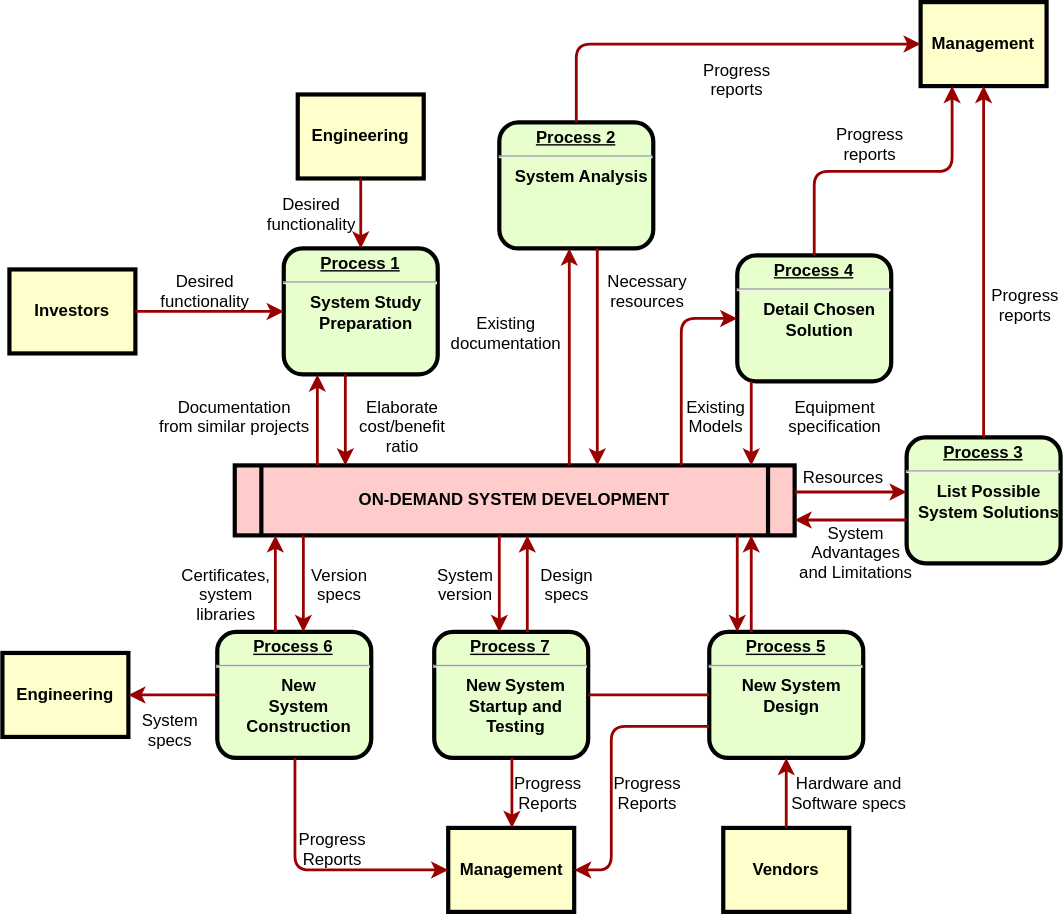
kiekie/BigData_Project keeps this draw.io diagram as Untitled Diagram.drawio.svg. Above is the earlier version. Source tidied: cells renumbered, new cells last; positions are measured from the earlier drawing's top-left corner, leaving out a move shared by most shapes.
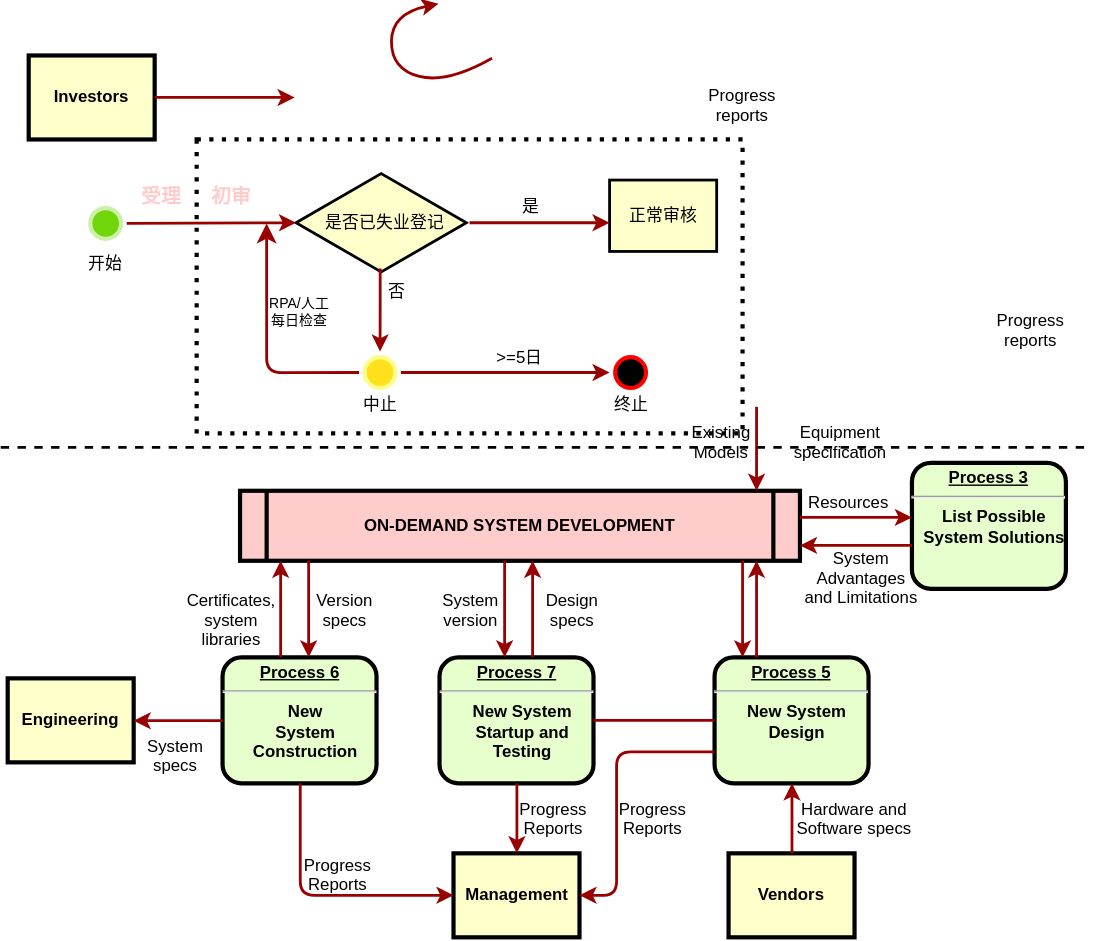
Later version of the same file.

The edit, as a diff of the source:
```diff
@@ -2,35 +2,29 @@
   <root>
     <mxCell id="0" />
     <mxCell id="1" parent="0" />
-    <mxCell id="2" value="&lt;p style=&quot;margin: 0px; margin-top: 4px; text-align: center; text-decoration: underline;&quot;&gt;&lt;strong&gt;Process 1&lt;br /&gt;&lt;/strong&gt;&lt;/p&gt;&lt;hr /&gt;&lt;p style=&quot;margin: 0px; margin-left: 8px;&quot;&gt;System Study&lt;/p&gt;&lt;p style=&quot;margin: 0px; margin-left: 8px;&quot;&gt;Preparation&lt;/p&gt;" style="verticalAlign=middle;align=center;overflow=fill;fontSize=12;fontFamily=Helvetica;html=1;rounded=1;fontStyle=1;strokeWidth=3;fillColor=#E6FFCC;" parent="1" vertex="1">
-      <mxGeometry x="201" y="176" width="110" height="90" as="geometry" />
-    </mxCell>
+    <mxCell id="63" style="html=1;whiteSpace=wrap;shape=isoRectangle;strokeColor=default;strokeWidth=2;align=center;verticalAlign=middle;fontFamily=Helvetica;fontSize=12;fontColor=default;fontStyle=1;fillColor=#FFFFCC;" parent="1" vertex="1">
+      <mxGeometry x="206" y="103" width="121.7" height="73" as="geometry" />
+    </mxCell>
-    <mxCell id="3" value="Engineering" style="whiteSpace=wrap;align=center;verticalAlign=middle;fontStyle=1;strokeWidth=3;fillColor=#FFFFCC;" parent="1" vertex="1">
-      <mxGeometry x="211" y="66" width="90" height="60" as="geometry" />
+    <mxCell id="3" style="whiteSpace=wrap;align=center;verticalAlign=middle;fontStyle=1;strokeWidth=3;fillColor=none;dashed=1;dashPattern=1 2;" parent="1" vertex="1">
+      <mxGeometry x="135" y="80" width="390" height="210" as="geometry" />
     </mxCell>
     <mxCell id="4" value="Investors" style="whiteSpace=wrap;align=center;verticalAlign=middle;fontStyle=1;strokeWidth=3;fillColor=#FFFFCC;" parent="1" vertex="1">
-      <mxGeometry x="5" y="191" width="90" height="60" as="geometry" />
+      <mxGeometry x="15" y="20" width="90" height="60" as="geometry" />
     </mxCell>
     <mxCell id="5" value="ON-DEMAND SYSTEM DEVELOPMENT" style="shape=process;whiteSpace=wrap;align=center;verticalAlign=middle;size=0.0475;fontStyle=1;strokeWidth=3;fillColor=#FFCCCC;" parent="1" vertex="1">
       <mxGeometry x="166" y="331" width="400" height="50" as="geometry" />
     </mxCell>
-    <mxCell id="6" value="&lt;p style=&quot;margin: 0px; margin-top: 4px; text-align: center; text-decoration: underline;&quot;&gt;&lt;strong&gt;Process 2&lt;br /&gt;&lt;/strong&gt;&lt;/p&gt;&lt;hr /&gt;&lt;p style=&quot;margin: 0px; margin-left: 8px;&quot;&gt;System Analysis&lt;/p&gt;" style="verticalAlign=middle;align=center;overflow=fill;fontSize=12;fontFamily=Helvetica;html=1;rounded=1;fontStyle=1;strokeWidth=3;fillColor=#E6FFCC;" parent="1" vertex="1">
-      <mxGeometry x="355" y="86" width="110" height="90" as="geometry" />
-    </mxCell>
     <mxCell id="7" value="&lt;p style=&quot;margin: 0px; margin-top: 4px; text-align: center; text-decoration: underline;&quot;&gt;&lt;strong&gt;&lt;strong&gt;Process&lt;/strong&gt; 3&lt;br /&gt;&lt;/strong&gt;&lt;/p&gt;&lt;hr /&gt;&lt;p style=&quot;margin: 0px; margin-left: 8px;&quot;&gt;List Possible&lt;/p&gt;&lt;p style=&quot;margin: 0px; margin-left: 8px;&quot;&gt;System Solutions&lt;/p&gt;" style="verticalAlign=middle;align=center;overflow=fill;fontSize=12;fontFamily=Helvetica;html=1;rounded=1;fontStyle=1;strokeWidth=3;fillColor=#E6FFCC;" parent="1" vertex="1">
       <mxGeometry x="646" y="311" width="110" height="90" as="geometry" />
     </mxCell>
-    <mxCell id="8" value="&lt;p style=&quot;margin: 0px; margin-top: 4px; text-align: center; text-decoration: underline;&quot;&gt;&lt;strong&gt;&lt;strong&gt;Process&lt;/strong&gt; 4&lt;br /&gt;&lt;/strong&gt;&lt;/p&gt;&lt;hr /&gt;&lt;p style=&quot;margin: 0px; margin-left: 8px;&quot;&gt;Detail Chosen&lt;/p&gt;&lt;p style=&quot;margin: 0px; margin-left: 8px;&quot;&gt;Solution&lt;/p&gt;" style="verticalAlign=middle;align=center;overflow=fill;fontSize=12;fontFamily=Helvetica;html=1;rounded=1;fontStyle=1;strokeWidth=3;fillColor=#E6FFCC;" parent="1" vertex="1">
-      <mxGeometry x="525" y="181" width="110" height="90" as="geometry" />
-    </mxCell>
     <mxCell id="9" value="&lt;p style=&quot;margin: 0px; margin-top: 4px; text-align: center; text-decoration: underline;&quot;&gt;&lt;strong&gt;&lt;strong&gt;Process&lt;/strong&gt; 5&lt;br /&gt;&lt;/strong&gt;&lt;/p&gt;&lt;hr /&gt;&lt;p style=&quot;margin: 0px; margin-left: 8px;&quot;&gt;New System&lt;/p&gt;&lt;p style=&quot;margin: 0px; margin-left: 8px;&quot;&gt;Design&lt;/p&gt;" style="verticalAlign=middle;align=center;overflow=fill;fontSize=12;fontFamily=Helvetica;html=1;rounded=1;fontStyle=1;strokeWidth=3;fillColor=#E6FFCC;" parent="1" vertex="1">
       <mxGeometry x="505" y="450" width="110" height="90" as="geometry" />
     </mxCell>
     <mxCell id="10" value="&lt;p style=&quot;margin: 0px; margin-top: 4px; text-align: center; text-decoration: underline;&quot;&gt;&lt;strong&gt;&lt;strong&gt;Process&lt;/strong&gt; 6&lt;br /&gt;&lt;/strong&gt;&lt;/p&gt;&lt;hr /&gt;&lt;p style=&quot;margin: 0px; margin-left: 8px;&quot;&gt;New&lt;/p&gt;&lt;p style=&quot;margin: 0px; margin-left: 8px;&quot;&gt;System&lt;/p&gt;&lt;p style=&quot;margin: 0px; margin-left: 8px;&quot;&gt;Construction&lt;/p&gt;" style="verticalAlign=middle;align=center;overflow=fill;fontSize=12;fontFamily=Helvetica;html=1;rounded=1;fontStyle=1;strokeWidth=3;fillColor=#E6FFCC;" parent="1" vertex="1">
       <mxGeometry x="153.5" y="450" width="110" height="90" as="geometry" />
     </mxCell>
-    <mxCell id="11" value="Management" style="whiteSpace=wrap;align=center;verticalAlign=middle;fontStyle=1;strokeWidth=3;fillColor=#FFFFCC;" parent="1" vertex="1">
-      <mxGeometry x="656" width="90" height="60" as="geometry" />
+    <mxCell id="11" value="正常审核" style="whiteSpace=wrap;align=center;verticalAlign=middle;fontStyle=0;strokeWidth=2;fillColor=#FFFFCC;" parent="1" vertex="1">
+      <mxGeometry x="430" y="109" width="76.5" height="51" as="geometry" />
     </mxCell>
     <mxCell id="12" value="Management" style="whiteSpace=wrap;align=center;verticalAlign=middle;fontStyle=1;strokeWidth=3;fillColor=#FFFFCC;" parent="1" vertex="1">
       <mxGeometry x="318.5" y="590" width="90" height="60" as="geometry" />
@@ -41,11 +35,10 @@
     <mxCell id="14" value="Vendors" style="whiteSpace=wrap;align=center;verticalAlign=middle;fontStyle=1;strokeWidth=3;fillColor=#FFFFCC;" parent="1" vertex="1">
       <mxGeometry x="515" y="590" width="90" height="60" as="geometry" />
     </mxCell>
-    <mxCell id="15" style="edgeStyle=none;noEdgeStyle=1;strokeColor=#990000;strokeWidth=2;" parent="1" edge="1" source="3" target="2">
-      <mxGeometry relative="1" as="geometry" />
-    </mxCell>
-    <mxCell id="16" style="edgeStyle=none;noEdgeStyle=1;strokeColor=#990000;strokeWidth=2;" parent="1" edge="1" source="4" target="2">
-      <mxGeometry relative="1" as="geometry" />
+    <mxCell id="16" style="edgeStyle=none;noEdgeStyle=1;strokeColor=#990000;strokeWidth=2;" parent="1" edge="1" source="4">
+      <mxGeometry relative="1" as="geometry">
+        <mxPoint x="205" y="50" as="targetPoint" />
+      </mxGeometry>
     </mxCell>
     <mxCell id="17" value="&lt;p style=&quot;margin: 0px; margin-top: 4px; text-align: center; text-decoration: underline;&quot;&gt;&lt;strong&gt;&lt;strong&gt;Process&lt;/strong&gt; 7&lt;br /&gt;&lt;/strong&gt;&lt;/p&gt;&lt;hr /&gt;&lt;p style=&quot;margin: 0px; margin-left: 8px;&quot;&gt;New System&lt;/p&gt;&lt;p style=&quot;margin: 0px; margin-left: 8px;&quot;&gt;Startup and&lt;/p&gt;&lt;p style=&quot;margin: 0px; margin-left: 8px;&quot;&gt;Testing&lt;/p&gt;" style="verticalAlign=middle;align=center;overflow=fill;fontSize=12;fontFamily=Helvetica;html=1;rounded=1;fontStyle=1;strokeWidth=3;fillColor=#E6FFCC;" parent="1" vertex="1">
       <mxGeometry x="308.5" y="450" width="110" height="90" as="geometry" />
@@ -53,88 +46,35 @@
     <mxCell id="18" style="endArrow=none;noEdgeStyle=1;strokeColor=#990000;strokeWidth=2;" parent="1" edge="1" source="9" target="17">
       <mxGeometry relative="1" as="geometry" />
     </mxCell>
-    <mxCell id="19" value="Desired &#10;functionality" style="text;spacingTop=-5;align=center;" parent="1" vertex="1">
-      <mxGeometry x="130" y="191" width="30" height="20" as="geometry" />
-    </mxCell>
-    <mxCell id="20" value="Desired &#10;functionality" style="text;spacingTop=-5;align=center;" parent="1" vertex="1">
-      <mxGeometry x="206" y="136" width="30" height="20" as="geometry" />
+    <mxCell id="20" value="是否已失业登记" style="text;spacingTop=-5;align=center;" parent="1" vertex="1">
+      <mxGeometry x="255" y="131" width="30" height="20" as="geometry" />
     </mxCell>
-    <mxCell id="21" value="Documentation&#10;from similar projects" style="text;spacingTop=-5;align=center;" parent="1" vertex="1">
-      <mxGeometry x="151" y="281" width="30" height="20" as="geometry" />
-    </mxCell>
-    <mxCell id="22" style="edgeStyle=elbowEdgeStyle;elbow=horizontal;strokeColor=#990000;strokeWidth=2;" parent="1" edge="1" source="5" target="2">
-      <mxGeometry relative="1" as="geometry">
-        <Array as="points">
-          <mxPoint x="225" y="310" />
-        </Array>
-      </mxGeometry>
-    </mxCell>
-    <mxCell id="23" style="edgeStyle=elbowEdgeStyle;elbow=horizontal;strokeColor=#990000;strokeWidth=2;" parent="1" edge="1" source="2" target="5">
-      <mxGeometry relative="1" as="geometry">
-        <Array as="points">
-          <mxPoint x="245" y="300" />
-        </Array>
-      </mxGeometry>
-    </mxCell>
-    <mxCell id="24" value="Elaborate&#10;cost/benefit&#10;ratio" style="text;spacingTop=-5;align=center;" parent="1" vertex="1">
-      <mxGeometry x="271" y="281" width="30" height="20" as="geometry" />
-    </mxCell>
-    <mxCell id="25" style="edgeStyle=elbowEdgeStyle;elbow=horizontal;strokeColor=#990000;strokeWidth=2;" parent="1" edge="1" source="5" target="6">
-      <mxGeometry relative="1" as="geometry">
-        <Array as="points">
-          <mxPoint x="405" y="250" />
-        </Array>
-      </mxGeometry>
-    </mxCell>
-    <mxCell id="26" style="edgeStyle=elbowEdgeStyle;elbow=horizontal;strokeColor=#990000;strokeWidth=2;" parent="1" edge="1" source="6" target="5">
-      <mxGeometry relative="1" as="geometry">
-        <Array as="points">
-          <mxPoint x="425" y="260" />
-        </Array>
-      </mxGeometry>
-    </mxCell>
-    <mxCell id="27" value="Existing&#10;documentation" style="text;spacingTop=-5;align=center;" parent="1" vertex="1">
-      <mxGeometry x="345" y="221" width="30" height="20" as="geometry" />
+    <mxCell id="27" value="是" style="text;spacingTop=-5;align=center;" parent="1" vertex="1">
+      <mxGeometry x="359" y="119" width="30" height="20" as="geometry" />
     </mxCell>
-    <mxCell id="28" value="Necessary&#10;resources" style="text;spacingTop=-5;align=center;" parent="1" vertex="1">
-      <mxGeometry x="446" y="191" width="30" height="20" as="geometry" />
+    <mxCell id="28" value="RPA/人工&#10;每日检查" style="text;spacingTop=-5;align=center;fontSize=10;" parent="1" vertex="1">
+      <mxGeometry x="193.5" y="190" width="30" height="20" as="geometry" />
     </mxCell>
     <mxCell id="29" value="Progress&#10;reports" style="text;spacingTop=-5;align=center;" parent="1" vertex="1">
       <mxGeometry x="510" y="40" width="30" height="20" as="geometry" />
     </mxCell>
-    <mxCell id="30" value="Progress&#10;reports" style="text;spacingTop=-5;align=center;" parent="1" vertex="1">
-      <mxGeometry x="605" y="86" width="30" height="20" as="geometry" />
+    <mxCell id="30" value="初审" style="text;spacingTop=-5;align=center;fontColor=light-dark(#ffcccc, #d0635f);fontStyle=1;fontSize=14;" parent="1" vertex="1">
+      <mxGeometry x="145" y="111" width="30" height="20" as="geometry" />
     </mxCell>
     <mxCell id="31" value="Progress&#10;reports" style="text;spacingTop=-5;align=center;" parent="1" vertex="1">
       <mxGeometry x="716" y="201" width="30" height="20" as="geometry" />
     </mxCell>
-    <mxCell id="32" style="edgeStyle=elbowEdgeStyle;elbow=horizontal;strokeColor=#990000;strokeWidth=2;" parent="1" edge="1" source="6" target="11">
-      <mxGeometry relative="1" as="geometry">
-        <Array as="points">
-          <mxPoint x="410" y="80" />
-        </Array>
-      </mxGeometry>
-    </mxCell>
-    <mxCell id="33" style="edgeStyle=elbowEdgeStyle;elbow=vertical;entryX=0.25;entryY=1;strokeColor=#990000;strokeWidth=2;" parent="1" edge="1" source="8" target="11">
+    <mxCell id="33" style="edgeStyle=elbowEdgeStyle;elbow=vertical;entryX=0.5;entryY=0;strokeColor=#990000;strokeWidth=2;exitX=0.494;exitY=0.948;exitDx=0;exitDy=0;exitPerimeter=0;entryDx=0;entryDy=0;" parent="1" edge="1" source="63" target="77">
       <mxGeometry relative="1" as="geometry" />
     </mxCell>
-    <mxCell id="34" style="edgeStyle=elbowEdgeStyle;elbow=horizontal;strokeColor=#990000;strokeWidth=2;" parent="1" edge="1" source="7" target="11">
-      <mxGeometry relative="1" as="geometry" />
-    </mxCell>
-    <mxCell id="35" style="edgeStyle=elbowEdgeStyle;elbow=horizontal;strokeColor=#990000;strokeWidth=2;" parent="1" edge="1" source="8" target="5">
+    <mxCell id="35" style="edgeStyle=elbowEdgeStyle;elbow=horizontal;strokeColor=#990000;strokeWidth=2;" parent="1" edge="1" target="5">
       <mxGeometry relative="1" as="geometry">
+        <mxPoint x="535" y="271" as="sourcePoint" />
         <Array as="points">
           <mxPoint x="535" y="300" />
         </Array>
       </mxGeometry>
     </mxCell>
-    <mxCell id="36" style="edgeStyle=segmentEdgeStyle;strokeColor=#990000;strokeWidth=2;" parent="1" edge="1" source="5" target="8">
-      <mxGeometry relative="1" as="geometry">
-        <Array as="points">
-          <mxPoint x="485" y="226" />
-        </Array>
-      </mxGeometry>
-    </mxCell>
     <mxCell id="37" value="Existing&#10;Models" style="text;spacingTop=-5;align=center;" parent="1" vertex="1">
       <mxGeometry x="495" y="281" width="30" height="20" as="geometry" />
     </mxCell>
@@ -253,5 +193,68 @@
     <mxCell id="62" value="System&#10;version" style="text;spacingTop=-5;align=center;" parent="1" vertex="1">
       <mxGeometry x="316" y="401" width="30" height="20" as="geometry" />
     </mxCell>
+    <mxCell id="64" style="endArrow=none;dashed=1;html=1;rounded=0;strokeWidth=2;" parent="1" edge="1">
+      <mxGeometry relative="1" as="geometry">
+        <mxPoint x="-5" y="300" as="sourcePoint" />
+        <mxPoint x="775" y="300" as="targetPoint" />
+      </mxGeometry>
+    </mxCell>
+    <mxCell id="65" style="ellipse;html=1;shape=startState;fillColor=light-dark(#70d60a, #ededed);strokeColor=light-dark(#ccf0a8, #ff9090);strokeWidth=3;align=center;verticalAlign=middle;fontFamily=Helvetica;fontSize=12;fontColor=default;fontStyle=1;" parent="1" vertex="1">
+      <mxGeometry x="55" y="125" width="30" height="30" as="geometry" />
+    </mxCell>
+    <mxCell id="66" style="edgeStyle=none;noEdgeStyle=1;strokeColor=#990000;strokeWidth=2;exitX=1;exitY=0.5;exitDx=0;exitDy=0;" parent="1" edge="1" source="65">
+      <mxGeometry relative="1" as="geometry">
+        <mxPoint x="206" y="139.5" as="targetPoint" />
+      </mxGeometry>
+    </mxCell>
+    <mxCell id="67" value="受理" style="text;spacingTop=-5;align=center;fontColor=light-dark(#ffcccc, #d0635f);fontStyle=1;fontSize=14;" parent="1" vertex="1">
+      <mxGeometry x="95" y="111" width="30" height="20" as="geometry" />
+    </mxCell>
+    <mxCell id="68" style="edgeStyle=none;noEdgeStyle=1;strokeColor=#990000;strokeWidth=2;" parent="1" edge="1">
+      <mxGeometry relative="1" as="geometry">
+        <mxPoint x="330" y="139.5" as="sourcePoint" />
+        <mxPoint x="430" y="139.5" as="targetPoint" />
+      </mxGeometry>
+    </mxCell>
+    <mxCell id="69" style="curved=1;endArrow=classic;html=1;rounded=0;fontFamily=Helvetica;fontSize=12;fontColor=default;fontStyle=1;exitX=0.5;exitY=1;exitDx=0;exitDy=0;strokeColor=light-dark(#980000, #ededed);strokeWidth=2;" parent="1" edge="1">
+      <mxGeometry relative="1" as="geometry">
+        <mxPoint x="346" y="22" as="sourcePoint" />
+        <mxPoint x="307.8" y="-17" as="targetPoint" />
+        <Array as="points">
+          <mxPoint x="314.2" y="40" />
+          <mxPoint x="274.2" y="30" />
+          <mxPoint x="274.2" y="-10" />
+        </Array>
+      </mxGeometry>
+    </mxCell>
+    <mxCell id="70" style="edgeStyle=segmentEdgeStyle;endArrow=classic;html=1;rounded=1;endSize=8;startSize=8;fontFamily=Helvetica;fontSize=11;fontColor=default;fontStyle=1;exitX=0;exitY=0.5;exitDx=0;exitDy=0;strokeColor=#990000;strokeWidth=2;align=center;verticalAlign=middle;labelBackgroundColor=default;elbow=vertical;" parent="1" edge="1" source="77">
+      <mxGeometry relative="1" as="geometry">
+        <mxPoint x="185" y="140" as="targetPoint" />
+      </mxGeometry>
+    </mxCell>
+    <mxCell id="71" value="开始" style="text;spacingTop=-5;align=center;" parent="1" vertex="1">
+      <mxGeometry x="55" y="160" width="30" height="20" as="geometry" />
+    </mxCell>
+    <mxCell id="72" style="ellipse;html=1;shape=startState;fillColor=#000000;strokeColor=#ff0000;strokeWidth=3;align=center;verticalAlign=middle;fontFamily=Helvetica;fontSize=12;fontColor=default;fontStyle=1;" parent="1" vertex="1">
+      <mxGeometry x="430" y="231.5" width="30" height="30" as="geometry" />
+    </mxCell>
+    <mxCell id="73" value="终止" style="text;spacingTop=-5;align=center;" parent="1" vertex="1">
+      <mxGeometry x="431" y="261" width="30" height="20" as="geometry" />
+    </mxCell>
+    <mxCell id="74" style="edgeStyle=none;noEdgeStyle=1;strokeColor=#990000;strokeWidth=2;entryX=0;entryY=0.5;entryDx=0;entryDy=0;exitX=1;exitY=0.5;exitDx=0;exitDy=0;" parent="1" edge="1" source="77" target="72">
+      <mxGeometry relative="1" as="geometry" />
+    </mxCell>
+    <mxCell id="75" value="&gt;=5日" style="text;spacingTop=-5;align=center;" parent="1" vertex="1">
+      <mxGeometry x="351" y="227" width="30" height="20" as="geometry" />
+    </mxCell>
+    <mxCell id="76" value="否" style="text;spacingTop=-5;align=center;" parent="1" vertex="1">
+      <mxGeometry x="263.5" y="180" width="30" height="20" as="geometry" />
+    </mxCell>
+    <mxCell id="77" style="ellipse;html=1;shape=startState;fillColor=light-dark(#ffe01a, #a05100);strokeColor=light-dark(#fbfd8b, #ff9090);strokeWidth=3;align=center;verticalAlign=middle;fontFamily=Helvetica;fontSize=12;fontColor=default;fontStyle=1;" parent="1" vertex="1">
+      <mxGeometry x="251" y="231.5" width="30" height="30" as="geometry" />
+    </mxCell>
+    <mxCell id="78" value="中止" style="text;spacingTop=-5;align=center;" parent="1" vertex="1">
+      <mxGeometry x="251.8" y="261" width="30" height="20" as="geometry" />
+    </mxCell>
   </root>
 </mxGraphModel>
```
